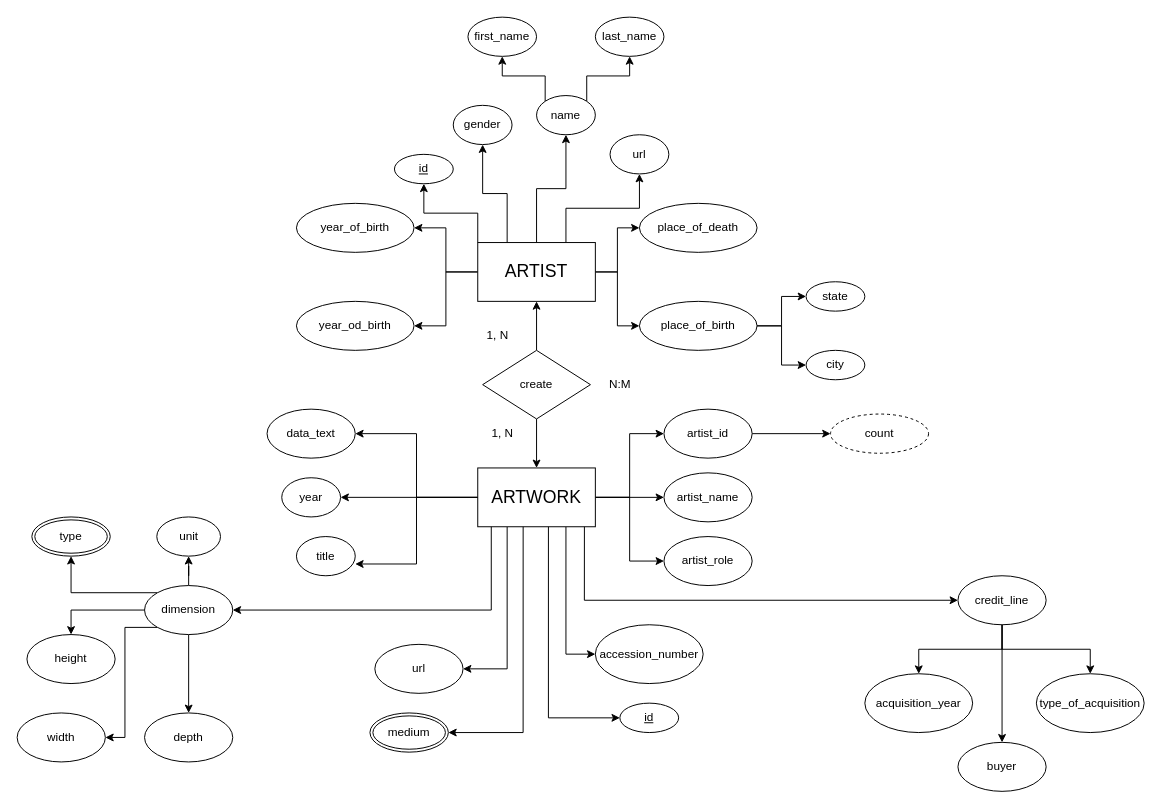
Earlier version of the draw.io diagram ER-diagram/er.drawio (Database-Course-Project-UNIFE/Database-Project). Source tidied: cells renumbered, new cells numbered last; positions are measured from the earlier drawing's top-left corner, leaving out a move shared by most shapes. Both pictures are drawn from the tidied source at 98%, with x=0, y=0 at pixel (17, 17).
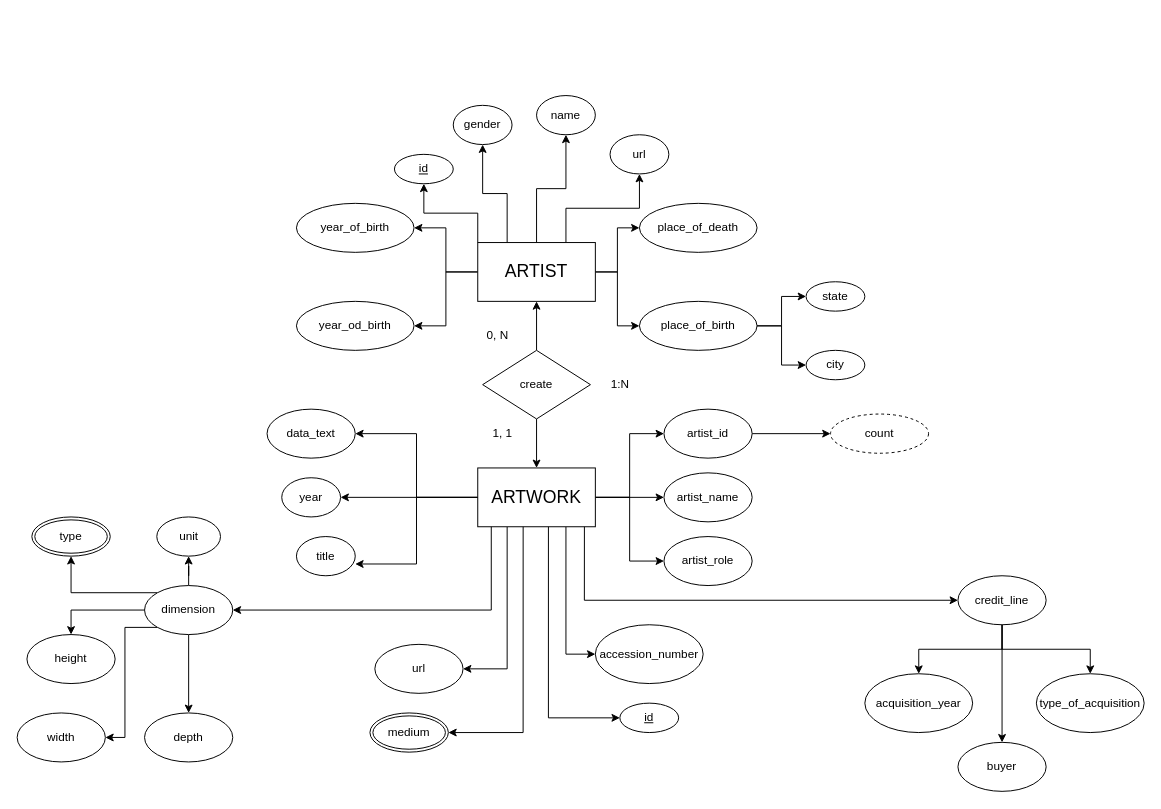
The same page after the edit.

Unchanged cells that the change refers to:
```xml
<mxCell id="24" value="name" style="ellipse;whiteSpace=wrap;html=1;" parent="1" vertex="1">
  <mxGeometry x="530" y="80" width="60" height="40" as="geometry" />
</mxCell>
```

What changed in the source:
```diff
@@
-    <mxCell id="22" style="edgeStyle=orthogonalEdgeStyle;rounded=0;jettySize=auto;html=1;exitX=0;exitY=0;exitDx=0;exitDy=0;entryX=0.5;entryY=1;entryDx=0;entryDy=0;" parent="1" edge="1" source="24" target="25">
-      <mxGeometry relative="1" as="geometry" />
-    </mxCell>
-    <mxCell id="23" style="edgeStyle=orthogonalEdgeStyle;rounded=0;jettySize=auto;html=1;exitX=1;exitY=0;exitDx=0;exitDy=0;entryX=0.5;entryY=1;entryDx=0;entryDy=0;" parent="1" edge="1" source="24" target="26">
-      <mxGeometry relative="1" as="geometry" />
-    </mxCell>
@@
-    <mxCell id="25" value="first_name" style="ellipse;whiteSpace=wrap;html=1;" parent="1" vertex="1">
-      <mxGeometry x="460" width="70" height="40" as="geometry" />
-    </mxCell>
-    <mxCell id="26" value="last_name" style="ellipse;whiteSpace=wrap;html=1;" parent="1" vertex="1">
-      <mxGeometry x="590" width="70" height="40" as="geometry" />
-    </mxCell>
@@
-    <mxCell id="30" value="N:M" style="text;html=1;align=center;verticalAlign=middle;strokeColor=none;fillColor=none;" parent="1" vertex="1">
-      <mxGeometry x="590" y="360" width="50" height="30" as="geometry" />
+    <mxCell id="30" value="1:N" style="text;html=1;align=center;verticalAlign=middle;strokeColor=none;fillColor=none;" parent="1" vertex="1">
+      <mxGeometry x="595" y="360" width="40" height="30" as="geometry" />
     </mxCell>
-    <mxCell id="31" value="1, N" style="text;html=1;align=center;verticalAlign=middle;strokeColor=none;fillColor=none;" parent="1" vertex="1">
+    <mxCell id="31" value="0, N" style="text;html=1;align=center;verticalAlign=middle;strokeColor=none;fillColor=none;" parent="1" vertex="1">
       <mxGeometry x="465" y="310" width="50" height="30" as="geometry" />
     </mxCell>
@@
-    <mxCell id="44" value="1, N" style="text;html=1;align=center;verticalAlign=middle;strokeColor=none;fillColor=none;" parent="1" vertex="1">
-      <mxGeometry x="470" y="410" width="50" height="30" as="geometry" />
+    <mxCell id="44" value="1, 1" style="text;html=1;align=center;verticalAlign=middle;strokeColor=none;fillColor=none;" parent="1" vertex="1">
+      <mxGeometry x="475" y="410" width="40" height="30" as="geometry" />
     </mxCell>
```
